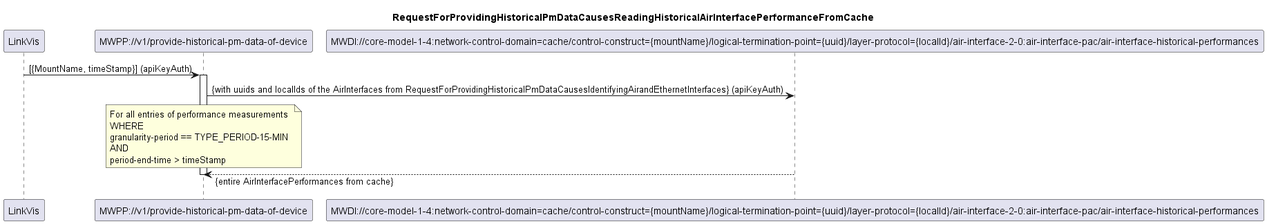
Above: spec/diagrams/005_ReadingHistoricalAirInterfacePerformanceFromCache.png in openBackhaul/MicroWavePerformanceProxy (PlantUML), before the change.
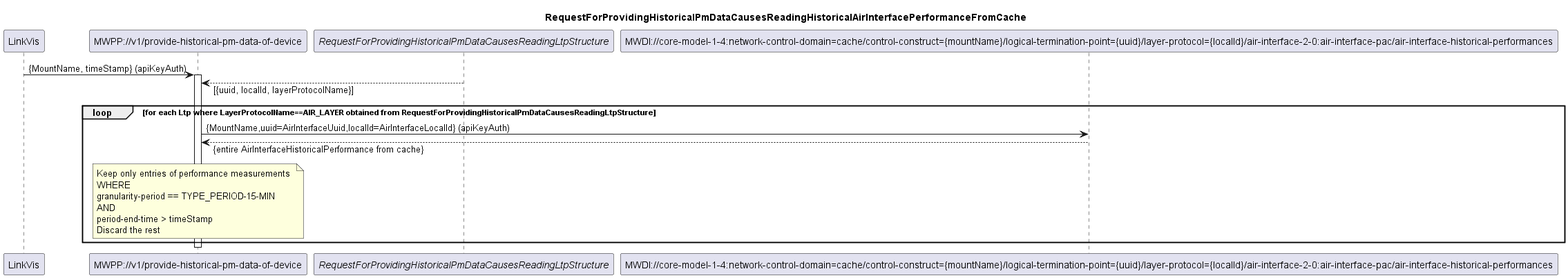
Later version of the same file.

Diff of the diagram source:
```diff
@@ -7,22 +7,25 @@
 
 participant "LinkVis" as LinkVis
 participant "MWPP://v1/provide-historical-pm-data-of-device" as MWPP
+participant "<i>RequestForProvidingHistoricalPmDataCausesReadingLtpStructure</i>" as LTPs
 participant "MWDI://core-model-1-4:network-control-domain=cache/control-construct={mountName}/logical-termination-point={uuid}/layer-protocol={localId}/air-interface-2-0:air-interface-pac/air-interface-historical-performances" as AirInterfacePm
 
-LinkVis -> MWPP: [{MountName, timeStamp}] (apiKeyAuth)
+LinkVis -> MWPP: {MountName, timeStamp} (apiKeyAuth)
 activate MWPP
+LTPs --> MWPP: [{uuid, localId, layerProtocolName}]
+loop for each Ltp where LayerProtocolName==AIR_LAYER obtained from RequestForProvidingHistoricalPmDataCausesReadingLtpStructure
+    MWPP -> AirInterfacePm: {MountName,uuid=AirInterfaceUuid,localId=AirInterfaceLocalId} (apiKeyAuth)
+    AirInterfacePm --> MWPP: {entire AirInterfaceHistoricalPerformance from cache}
+    note over MWPP
+    Keep only entries of performance measurements
+    WHERE
+    granularity-period == TYPE_PERIOD-15-MIN
+    AND
+    period-end-time > timeStamp
+    Discard the rest
+    end note
 
-MWPP -> AirInterfacePm: {with uuids and localIds of the AirInterfaces from RequestForProvidingHistoricalPmDataCausesIdentifyingAirandEthernetInterfaces} (apiKeyAuth)
-
-note over MWPP
-For all entries of performance measurements
-WHERE
-granularity-period == TYPE_PERIOD-15-MIN
-AND
-period-end-time > timeStamp
-end note
-
-AirInterfacePm --> MWPP: {entire AirInterfacePerformances from cache}
+end
 
 deactivate MWPP
 
```
